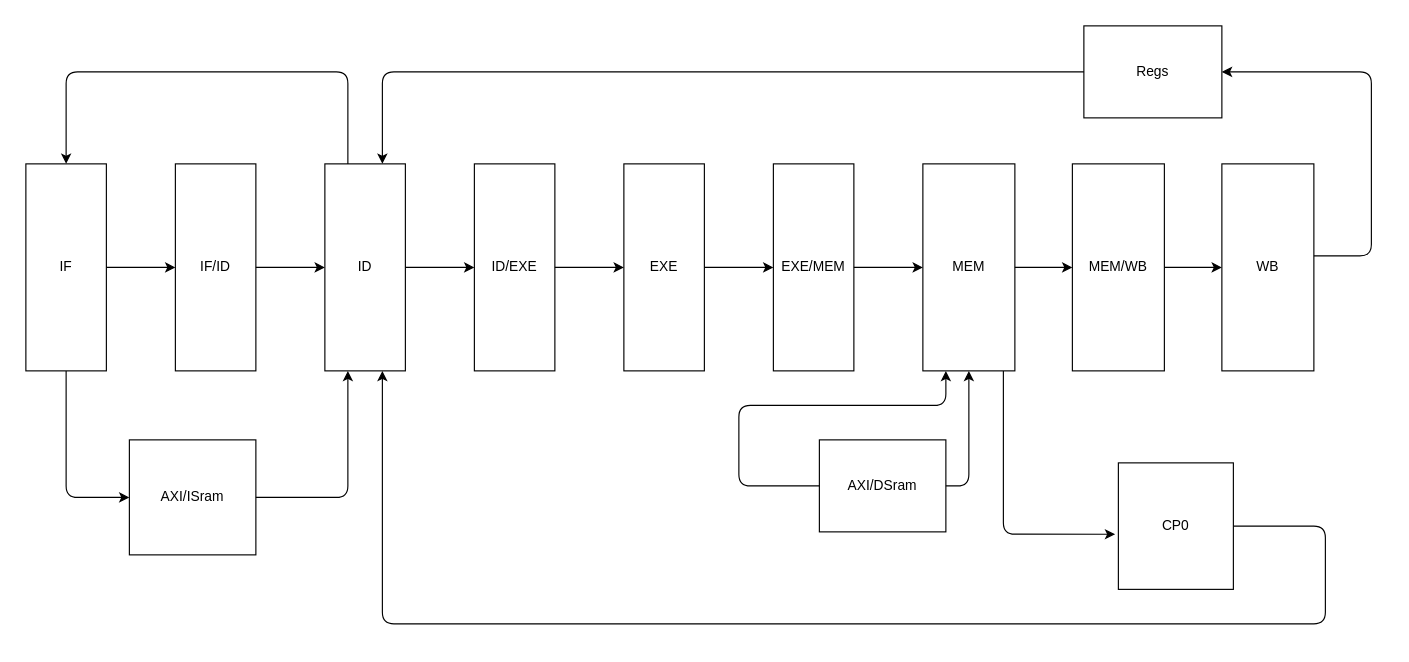
Earlier version of the draw.io diagram report/CPU.drawio (KuangjuX-Archived/SimpleMIPS). Source tidied: cells renumbered, new cells numbered last; positions are measured from the earlier drawing's top-left corner, leaving out a move shared by most shapes. Both pictures are drawn from the tidied source at 115%, with x=0, y=0 at pixel (25, 25).
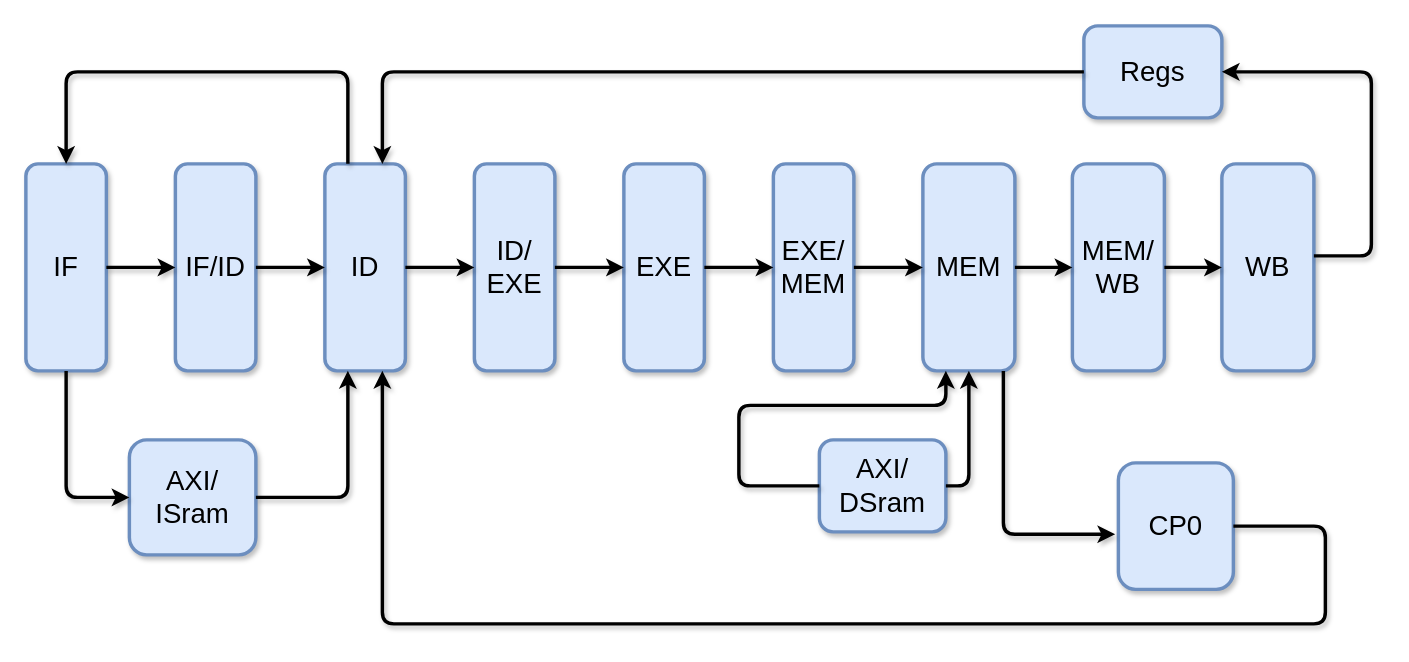
Above is the later version.

Change to the diagram source:
```diff
@@
-    <mxCell id="2" value="IF" style="rounded=0;whiteSpace=wrap;html=1;" parent="1" vertex="1">
+    <mxCell id="2" value="&lt;font style=&quot;font-size: 24px&quot;&gt;IF&lt;/font&gt;" style="whiteSpace=wrap;html=1;rounded=1;fillColor=#dae8fc;strokeColor=#6c8ebf;strokeWidth=3;shadow=1;sketch=0;" parent="1" vertex="1">
       <mxGeometry y="120" width="70" height="180" as="geometry" />
     </mxCell>
-    <mxCell id="3" value="IF/ID" style="rounded=0;whiteSpace=wrap;html=1;" parent="1" vertex="1">
+    <mxCell id="3" value="&lt;font style=&quot;font-size: 24px&quot;&gt;IF/ID&lt;/font&gt;" style="whiteSpace=wrap;html=1;rounded=1;fillColor=#dae8fc;strokeColor=#6c8ebf;strokeWidth=3;shadow=1;sketch=0;" parent="1" vertex="1">
       <mxGeometry x="130" y="120" width="70" height="180" as="geometry" />
     </mxCell>
-    <mxCell id="4" style="endArrow=classic;html=1;entryX=0;entryY=0.5;entryDx=0;entryDy=0;" parent="1" edge="1" target="3">
+    <mxCell id="4" style="endArrow=classic;html=1;entryX=0;entryY=0.5;entryDx=0;entryDy=0;strokeWidth=3;shadow=1;sketch=0;" parent="1" edge="1" target="3">
       <mxGeometry relative="1" as="geometry">
         <mxPoint x="70" y="210" as="sourcePoint" />
       </mxGeometry>
     </mxCell>
-    <mxCell id="5" value="ID" style="rounded=0;whiteSpace=wrap;html=1;" parent="1" vertex="1">
+    <mxCell id="5" value="&lt;font style=&quot;font-size: 24px&quot;&gt;ID&lt;/font&gt;" style="whiteSpace=wrap;html=1;rounded=1;fillColor=#dae8fc;strokeColor=#6c8ebf;strokeWidth=3;shadow=1;sketch=0;" parent="1" vertex="1">
       <mxGeometry x="260" y="120" width="70" height="180" as="geometry" />
     </mxCell>
-    <mxCell id="6" style="endArrow=classic;html=1;exitX=1;exitY=0.5;exitDx=0;exitDy=0;entryX=0;entryY=0.5;entryDx=0;entryDy=0;" parent="1" edge="1" source="3" target="5">
+    <mxCell id="6" style="endArrow=classic;html=1;exitX=1;exitY=0.5;exitDx=0;exitDy=0;entryX=0;entryY=0.5;entryDx=0;entryDy=0;strokeWidth=3;shadow=1;sketch=0;" parent="1" edge="1" source="3" target="5">
       <mxGeometry relative="1" as="geometry" />
     </mxCell>
-    <mxCell id="7" value="ID/EXE" style="rounded=0;whiteSpace=wrap;html=1;" parent="1" vertex="1">
+    <mxCell id="7" value="&lt;font style=&quot;font-size: 24px&quot;&gt;ID/&lt;br&gt;EXE&lt;/font&gt;" style="whiteSpace=wrap;html=1;rounded=1;fillColor=#dae8fc;strokeColor=#6c8ebf;strokeWidth=3;shadow=1;sketch=0;" parent="1" vertex="1">
       <mxGeometry x="390" y="120" width="70" height="180" as="geometry" />
     </mxCell>
-    <mxCell id="8" style="endArrow=classic;html=1;exitX=1;exitY=0.5;exitDx=0;exitDy=0;entryX=0;entryY=0.5;entryDx=0;entryDy=0;" parent="1" edge="1" source="5" target="7">
+    <mxCell id="8" style="endArrow=classic;html=1;exitX=1;exitY=0.5;exitDx=0;exitDy=0;entryX=0;entryY=0.5;entryDx=0;entryDy=0;strokeWidth=3;shadow=1;sketch=0;" parent="1" edge="1" source="5" target="7">
       <mxGeometry relative="1" as="geometry" />
     </mxCell>
-    <mxCell id="9" value="EXE" style="rounded=0;whiteSpace=wrap;html=1;" parent="1" vertex="1">
+    <mxCell id="9" value="&lt;font style=&quot;font-size: 24px&quot;&gt;EXE&lt;/font&gt;" style="whiteSpace=wrap;html=1;rounded=1;fillColor=#dae8fc;strokeColor=#6c8ebf;strokeWidth=3;shadow=1;sketch=0;" parent="1" vertex="1">
       <mxGeometry x="520" y="120" width="70" height="180" as="geometry" />
     </mxCell>
-    <mxCell id="10" style="endArrow=classic;html=1;exitX=1;exitY=0.5;exitDx=0;exitDy=0;entryX=0;entryY=0.5;entryDx=0;entryDy=0;" parent="1" edge="1" source="7" target="9">
+    <mxCell id="10" style="endArrow=classic;html=1;exitX=1;exitY=0.5;exitDx=0;exitDy=0;entryX=0;entryY=0.5;entryDx=0;entryDy=0;strokeWidth=3;shadow=1;sketch=0;" parent="1" edge="1" source="7" target="9">
       <mxGeometry relative="1" as="geometry" />
     </mxCell>
-    <mxCell id="11" value="EXE/MEM" style="rounded=0;whiteSpace=wrap;html=1;" parent="1" vertex="1">
+    <mxCell id="11" value="&lt;font style=&quot;font-size: 24px&quot;&gt;EXE/&lt;br&gt;MEM&lt;/font&gt;" style="whiteSpace=wrap;html=1;rounded=1;fillColor=#dae8fc;strokeColor=#6c8ebf;strokeWidth=3;shadow=1;sketch=0;" parent="1" vertex="1">
       <mxGeometry x="650" y="120" width="70" height="180" as="geometry" />
     </mxCell>
-    <mxCell id="12" style="endArrow=classic;html=1;exitX=1;exitY=0.5;exitDx=0;exitDy=0;entryX=0;entryY=0.5;entryDx=0;entryDy=0;" parent="1" edge="1" source="9" target="11">
+    <mxCell id="12" style="endArrow=classic;html=1;exitX=1;exitY=0.5;exitDx=0;exitDy=0;entryX=0;entryY=0.5;entryDx=0;entryDy=0;strokeWidth=3;shadow=1;sketch=0;" parent="1" edge="1" source="9" target="11">
       <mxGeometry relative="1" as="geometry" />
     </mxCell>
-    <mxCell id="13" value="MEM" style="rounded=0;whiteSpace=wrap;html=1;" parent="1" vertex="1">
+    <mxCell id="13" value="&lt;font style=&quot;font-size: 24px&quot;&gt;MEM&lt;/font&gt;" style="whiteSpace=wrap;html=1;rounded=1;fillColor=#dae8fc;strokeColor=#6c8ebf;strokeWidth=3;shadow=1;sketch=0;" parent="1" vertex="1">
       <mxGeometry x="780" y="120" width="80" height="180" as="geometry" />
     </mxCell>
-    <mxCell id="14" style="endArrow=classic;html=1;exitX=1;exitY=0.5;exitDx=0;exitDy=0;entryX=0;entryY=0.5;entryDx=0;entryDy=0;" parent="1" edge="1" source="11" target="13">
+    <mxCell id="14" style="endArrow=classic;html=1;exitX=1;exitY=0.5;exitDx=0;exitDy=0;entryX=0;entryY=0.5;entryDx=0;entryDy=0;strokeWidth=3;shadow=1;sketch=0;" parent="1" edge="1" source="11" target="13">
       <mxGeometry relative="1" as="geometry" />
     </mxCell>
-    <mxCell id="15" value="MEM/WB" style="rounded=0;whiteSpace=wrap;html=1;" parent="1" vertex="1">
+    <mxCell id="15" value="&lt;font style=&quot;font-size: 24px&quot;&gt;MEM/&lt;br&gt;WB&lt;/font&gt;" style="whiteSpace=wrap;html=1;rounded=1;fillColor=#dae8fc;strokeColor=#6c8ebf;strokeWidth=3;shadow=1;sketch=0;" parent="1" vertex="1">
       <mxGeometry x="910" y="120" width="80" height="180" as="geometry" />
     </mxCell>
-    <mxCell id="16" style="endArrow=classic;html=1;exitX=1;exitY=0.5;exitDx=0;exitDy=0;entryX=0;entryY=0.5;entryDx=0;entryDy=0;" parent="1" edge="1" source="13" target="15">
+    <mxCell id="16" style="endArrow=classic;html=1;exitX=1;exitY=0.5;exitDx=0;exitDy=0;entryX=0;entryY=0.5;entryDx=0;entryDy=0;strokeWidth=3;shadow=1;sketch=0;" parent="1" edge="1" source="13" target="15">
       <mxGeometry relative="1" as="geometry" />
     </mxCell>
-    <mxCell id="17" value="WB" style="rounded=0;whiteSpace=wrap;html=1;" parent="1" vertex="1">
+    <mxCell id="17" value="&lt;font style=&quot;font-size: 24px&quot;&gt;WB&lt;/font&gt;" style="whiteSpace=wrap;html=1;rounded=1;fillColor=#dae8fc;strokeColor=#6c8ebf;strokeWidth=3;shadow=1;sketch=0;" parent="1" vertex="1">
       <mxGeometry x="1040" y="120" width="80" height="180" as="geometry" />
     </mxCell>
-    <mxCell id="18" style="endArrow=classic;html=1;exitX=1;exitY=0.5;exitDx=0;exitDy=0;" parent="1" edge="1" source="15">
+    <mxCell id="18" style="endArrow=classic;html=1;exitX=1;exitY=0.5;exitDx=0;exitDy=0;strokeWidth=3;shadow=1;sketch=0;" parent="1" edge="1" source="15">
       <mxGeometry relative="1" as="geometry">
         <mxPoint x="1040" y="210" as="targetPoint" />
       </mxGeometry>
     </mxCell>
-    <mxCell id="19" value="Regs" style="rounded=0;whiteSpace=wrap;html=1;" parent="1" vertex="1">
+    <mxCell id="19" value="&lt;font style=&quot;font-size: 24px&quot;&gt;Regs&lt;/font&gt;" style="whiteSpace=wrap;html=1;rounded=1;fillColor=#dae8fc;strokeColor=#6c8ebf;strokeWidth=3;shadow=1;sketch=0;" parent="1" vertex="1">
       <mxGeometry x="920" width="120" height="80" as="geometry" />
     </mxCell>
-    <mxCell id="20" style="endArrow=classic;html=1;exitX=0;exitY=0.5;exitDx=0;exitDy=0;edgeStyle=orthogonalEdgeStyle;" parent="1" edge="1" source="19">
+    <mxCell id="20" style="endArrow=classic;html=1;exitX=0;exitY=0.5;exitDx=0;exitDy=0;edgeStyle=orthogonalEdgeStyle;strokeWidth=3;shadow=1;sketch=0;" parent="1" edge="1" source="19">
       <mxGeometry relative="1" as="geometry">
         <mxPoint x="310" y="120" as="targetPoint" />
         <Array as="points">
           <mxPoint x="310" y="40" />
           <mxPoint x="310" y="120" />
         </Array>
       </mxGeometry>
     </mxCell>
-    <mxCell id="21" style="endArrow=classic;html=1;edgeStyle=orthogonalEdgeStyle;entryX=1;entryY=0.5;entryDx=0;entryDy=0;" parent="1" edge="1" target="19">
+    <mxCell id="21" style="endArrow=classic;html=1;edgeStyle=orthogonalEdgeStyle;entryX=1;entryY=0.5;entryDx=0;entryDy=0;strokeWidth=3;shadow=1;sketch=0;" parent="1" edge="1" target="19">
       <mxGeometry relative="1" as="geometry">
         <mxPoint x="1120" y="200" as="sourcePoint" />
         <Array as="points">
           <mxPoint x="1120" y="200" />
           <mxPoint x="1170" y="200" />
           <mxPoint x="1170" y="40" />
         </Array>
       </mxGeometry>
     </mxCell>
-    <mxCell id="22" value="CP0" style="rounded=0;whiteSpace=wrap;html=1;" parent="1" vertex="1">
+    <mxCell id="22" value="&lt;font style=&quot;font-size: 24px&quot;&gt;CP0&lt;/font&gt;" style="whiteSpace=wrap;html=1;rounded=1;fillColor=#dae8fc;strokeColor=#6c8ebf;strokeWidth=3;shadow=1;sketch=0;" parent="1" vertex="1">
       <mxGeometry x="950" y="380" width="100" height="110" as="geometry" />
     </mxCell>
-    <mxCell id="23" style="endArrow=classic;html=1;edgeStyle=orthogonalEdgeStyle;entryX=-0.028;entryY=0.564;entryDx=0;entryDy=0;entryPerimeter=0;" parent="1" edge="1" target="22">
+    <mxCell id="23" style="endArrow=classic;html=1;edgeStyle=orthogonalEdgeStyle;entryX=-0.028;entryY=0.564;entryDx=0;entryDy=0;entryPerimeter=0;strokeWidth=3;shadow=1;sketch=0;" parent="1" edge="1" target="22">
       <mxGeometry relative="1" as="geometry">
         <mxPoint x="850" y="300" as="sourcePoint" />
         <Array as="points">
           <mxPoint x="850" y="300" />
           <mxPoint x="850" y="442" />
         </Array>
       </mxGeometry>
     </mxCell>
-    <mxCell id="24" style="endArrow=classic;html=1;exitX=1;exitY=0.5;exitDx=0;exitDy=0;edgeStyle=orthogonalEdgeStyle;" parent="1" edge="1" source="22">
+    <mxCell id="24" style="endArrow=classic;html=1;exitX=1;exitY=0.5;exitDx=0;exitDy=0;edgeStyle=orthogonalEdgeStyle;strokeWidth=3;shadow=1;sketch=0;" parent="1" edge="1" source="22">
       <mxGeometry relative="1" as="geometry">
         <mxPoint x="310" y="300" as="targetPoint" />
         <Array as="points">
           <mxPoint x="1130" y="435" />
           <mxPoint x="1130" y="520" />
           <mxPoint x="310" y="520" />
           <mxPoint x="310" y="300" />
         </Array>
       </mxGeometry>
     </mxCell>
-    <mxCell id="25" value="AXI/ISram" style="rounded=0;whiteSpace=wrap;html=1;" parent="1" vertex="1">
+    <mxCell id="25" value="&lt;font style=&quot;font-size: 24px&quot;&gt;AXI/&lt;br&gt;ISram&lt;/font&gt;" style="whiteSpace=wrap;html=1;rounded=1;fillColor=#dae8fc;strokeColor=#6c8ebf;strokeWidth=3;shadow=1;sketch=0;" parent="1" vertex="1">
       <mxGeometry x="90" y="360" width="110" height="100" as="geometry" />
     </mxCell>
-    <mxCell id="26" style="endArrow=classic;html=1;exitX=0.5;exitY=1;exitDx=0;exitDy=0;edgeStyle=orthogonalEdgeStyle;entryX=0;entryY=0.5;entryDx=0;entryDy=0;" parent="1" edge="1" source="2" target="25">
+    <mxCell id="26" style="endArrow=classic;html=1;exitX=0.5;exitY=1;exitDx=0;exitDy=0;edgeStyle=orthogonalEdgeStyle;entryX=0;entryY=0.5;entryDx=0;entryDy=0;strokeWidth=3;shadow=1;sketch=0;" parent="1" edge="1" source="2" target="25">
       <mxGeometry relative="1" as="geometry" />
     </mxCell>
-    <mxCell id="27" style="endArrow=classic;html=1;exitX=1;exitY=0.5;exitDx=0;exitDy=0;edgeStyle=orthogonalEdgeStyle;" parent="1" edge="1" source="25">
+    <mxCell id="27" style="endArrow=classic;html=1;exitX=1;exitY=0.5;exitDx=0;exitDy=0;edgeStyle=orthogonalEdgeStyle;strokeWidth=3;shadow=1;sketch=0;" parent="1" edge="1" source="25">
       <mxGeometry relative="1" as="geometry">
         <mxPoint x="280" y="300" as="targetPoint" />
         <Array as="points">
           <mxPoint x="280" y="410" />
           <mxPoint x="280" y="300" />
         </Array>
       </mxGeometry>
     </mxCell>
-    <mxCell id="28" value="AXI/DSram" style="rounded=0;whiteSpace=wrap;html=1;" parent="1" vertex="1">
+    <mxCell id="28" value="&lt;font style=&quot;font-size: 24px&quot;&gt;AXI/&lt;br&gt;DSram&lt;/font&gt;" style="whiteSpace=wrap;html=1;rounded=1;fillColor=#dae8fc;strokeColor=#6c8ebf;strokeWidth=3;shadow=1;sketch=0;" parent="1" vertex="1">
       <mxGeometry x="690" y="360" width="110" height="80" as="geometry" />
     </mxCell>
-    <mxCell id="29" style="endArrow=classic;html=1;exitX=1;exitY=0.5;exitDx=0;exitDy=0;edgeStyle=orthogonalEdgeStyle;entryX=0.5;entryY=1;entryDx=0;entryDy=0;" parent="1" edge="1" source="28" target="13">
+    <mxCell id="29" style="endArrow=classic;html=1;exitX=1;exitY=0.5;exitDx=0;exitDy=0;edgeStyle=orthogonalEdgeStyle;entryX=0.5;entryY=1;entryDx=0;entryDy=0;strokeWidth=3;shadow=1;sketch=0;" parent="1" edge="1" source="28" target="13">
       <mxGeometry relative="1" as="geometry" />
     </mxCell>
-    <mxCell id="30" style="endArrow=classic;html=1;exitX=0;exitY=0.5;exitDx=0;exitDy=0;entryX=0.25;entryY=1;entryDx=0;entryDy=0;edgeStyle=orthogonalEdgeStyle;" parent="1" edge="1" source="28" target="13">
+    <mxCell id="30" style="endArrow=classic;html=1;exitX=0;exitY=0.5;exitDx=0;exitDy=0;entryX=0.25;entryY=1;entryDx=0;entryDy=0;edgeStyle=orthogonalEdgeStyle;strokeWidth=3;shadow=1;sketch=0;" parent="1" edge="1" source="28" target="13">
       <mxGeometry relative="1" as="geometry">
         <Array as="points">
           <mxPoint x="620" y="400" />
           <mxPoint x="620" y="330" />
           <mxPoint x="800" y="330" />
         </Array>
       </mxGeometry>
     </mxCell>
-    <mxCell id="31" style="endArrow=classic;html=1;entryX=0.5;entryY=0;entryDx=0;entryDy=0;edgeStyle=orthogonalEdgeStyle;" parent="1" edge="1" target="2">
+    <mxCell id="31" style="endArrow=classic;html=1;entryX=0.5;entryY=0;entryDx=0;entryDy=0;edgeStyle=orthogonalEdgeStyle;strokeWidth=3;shadow=1;sketch=0;" parent="1" edge="1" target="2">
       <mxGeometry relative="1" as="geometry">
         <mxPoint x="280" y="120" as="sourcePoint" />
         <Array as="points">
           <mxPoint x="280" y="120" />
           <mxPoint x="280" y="40" />
           <mxPoint x="35" y="40" />
         </Array>
       </mxGeometry>
     </mxCell>
```
